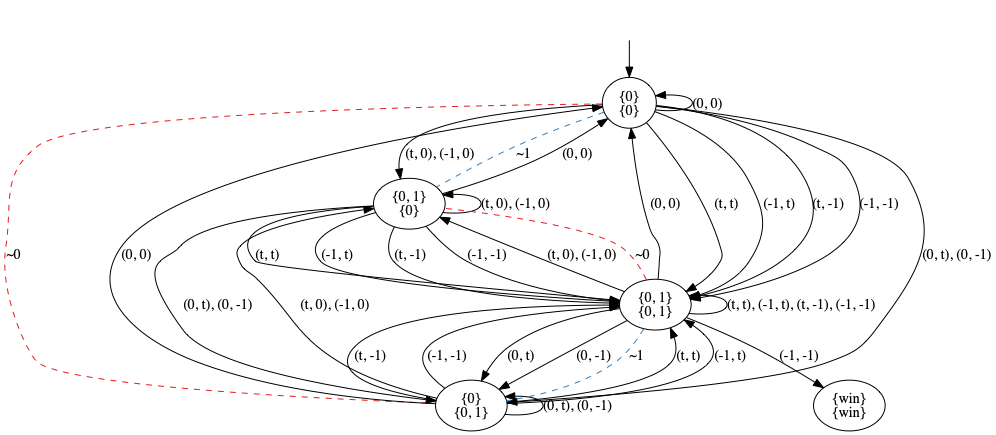
The Graphviz diagram pictures/GK.png in olandr/mkbsc, before a commit. Its source is kept beside it as pictures/GK.dot.
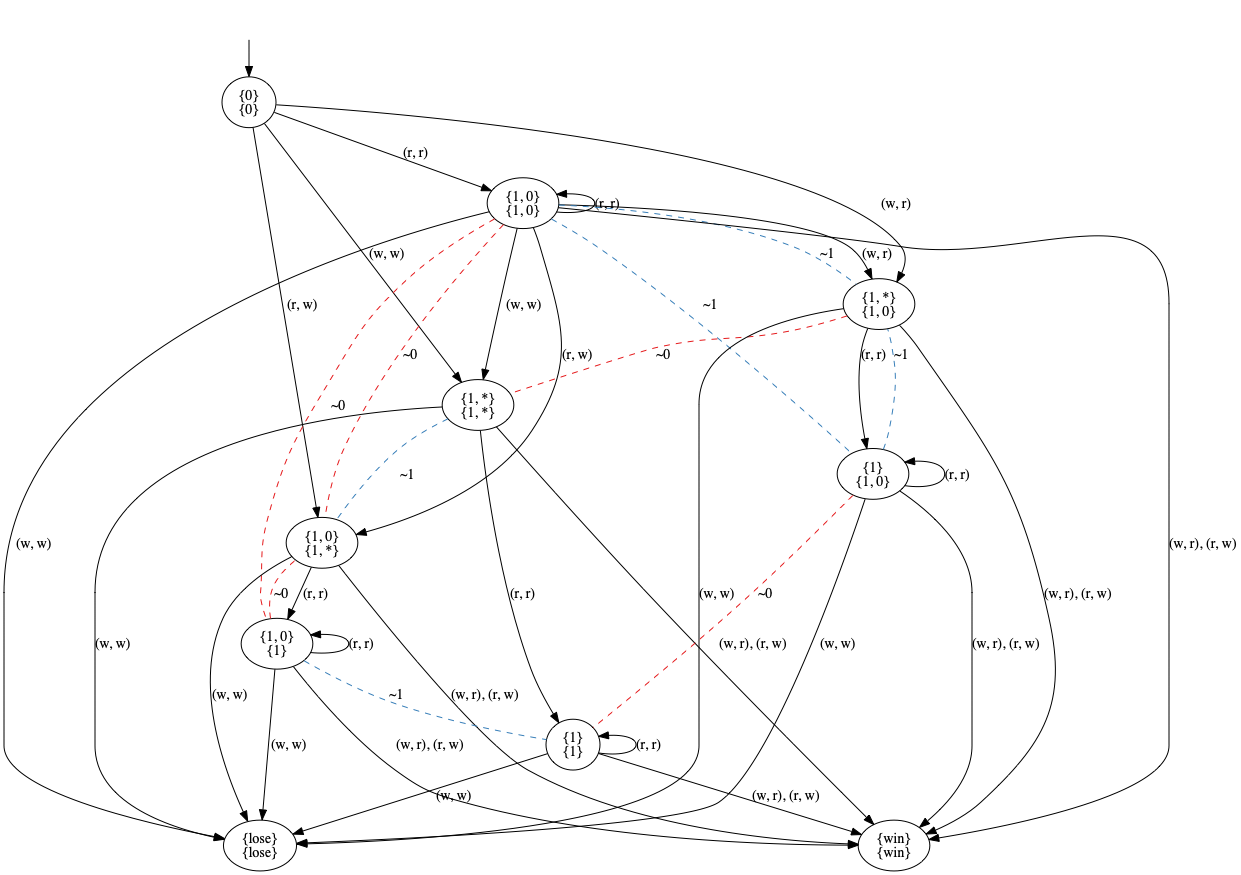
Later version of the same file.

The edit, as a diff of the source:
```diff
@@ -3,42 +3,54 @@
 nodesep=0.5;
 ranksep=0.5;
 splines=True;
-4584738208 [label="{0}\n{0}"];
-4584735800 [label="{0, 1}\n{0}"];
-4584736808 [label="{0}\n{0, 1}"];
-4584736920 [label="{0, 1}\n{0, 1}"];
-4584653992 [label="{win}\n{win}"];
+4531740120 [label="{0}\n{0}"];
+4531740176 [label="{1, 0}\n{1, 0}"];
+4531740568 [label="{1, *}\n{1, 0}"];
+4531740512 [label="{1, 0}\n{1, *}"];
+4531740344 [label="{1, *}\n{1, *}"];
+4531672288 [label="{win}\n{win}"];
+4531672568 [label="{lose}\n{lose}"];
+4531672736 [label="{1}\n{1, 0}"];
+4531673016 [label="{1, 0}\n{1}"];
+4531673296 [label="{1}\n{1}"];
 hidden [label="", shape=none];
-4584738208 -> 4584738208  [action="('0', '0')", dir=back, key="('0', '0')", label="(0, 0)"];
-4584738208 -> 4584736920  [action="('t', 't')", key="('t', 't')", label="(t, t)"];
-4584738208 -> 4584736920  [action="('-1', 't')", key="('-1', 't')", label="(-1, t)"];
-4584738208 -> 4584736920  [action="('t', '-1')", key="('t', '-1')", label="(t, -1)"];
-4584738208 -> 4584736920  [action="('-1', '-1')", key="('-1', '-1')", label="(-1, -1)"];
-4584738208 -> 4584735800  [action="(('t', '0'), ('-1', '0'))", key="(('t', '0'), ('-1', '0'))", label="(t, 0), (-1, 0)"];
-4584738208 -> 4584735800  [arrowhead=none, color=2, colorscheme=set19, constraint=True, key=1, label="~1", style=dashed];
-4584738208 -> 4584736808  [action="(('0', 't'), ('0', '-1'))", key="(('0', 't'), ('0', '-1'))", label="(0, t), (0, -1)"];
-4584738208 -> 4584736808  [arrowhead=none, color=1, colorscheme=set19, constraint=True, key=1, label="~0", style=dashed];
-4584735800 -> 4584738208  [action="('0', '0')", key="('0', '0')", label="(0, 0)"];
-4584735800 -> 4584736920  [action="('t', 't')", key="('t', 't')", label="(t, t)"];
-4584735800 -> 4584736920  [action="('-1', 't')", key="('-1', 't')", label="(-1, t)"];
-4584735800 -> 4584736920  [action="('t', '-1')", key="('t', '-1')", label="(t, -1)"];
-4584735800 -> 4584736920  [action="('-1', '-1')", key="('-1', '-1')", label="(-1, -1)"];
-4584735800 -> 4584735800  [action="(('t', '0'), ('-1', '0'))", dir=back, key="(('t', '0'), ('-1', '0'))", label="(t, 0), (-1, 0)"];
-4584735800 -> 4584736808  [action="(('0', 't'), ('0', '-1'))", key="(('0', 't'), ('0', '-1'))", label="(0, t), (0, -1)"];
-4584736808 -> 4584738208  [action="('0', '0')", key="('0', '0')", label="(0, 0)"];
-4584736808 -> 4584736920  [action="('t', 't')", key="('t', 't')", label="(t, t)"];
-4584736808 -> 4584736920  [action="('-1', 't')", key="('-1', 't')", label="(-1, t)"];
-4584736808 -> 4584736920  [action="('t', '-1')", key="('t', '-1')", label="(t, -1)"];
-4584736808 -> 4584736920  [action="('-1', '-1')", key="('-1', '-1')", label="(-1, -1)"];
-4584736808 -> 4584735800  [action="(('t', '0'), ('-1', '0'))", key="(('t', '0'), ('-1', '0'))", label="(t, 0), (-1, 0)"];
-4584736808 -> 4584736808  [action="(('0', 't'), ('0', '-1'))", dir=back, key="(('0', 't'), ('0', '-1'))", label="(0, t), (0, -1)"];
-4584736920 -> 4584738208  [action="('0', '0')", key="('0', '0')", label="(0, 0)"];
-4584736920 -> 4584736808  [action="('0', 't')", key="('0', 't')", label="(0, t)"];
-4584736920 -> 4584736808  [action="('0', '-1')", key="('0', '-1')", label="(0, -1)"];
-4584736920 -> 4584736808  [arrowhead=none, color=2, colorscheme=set19, constraint=True, key=2, label="~1", style=dashed];
-4584736920 -> 4584653992  [action="('-1', '-1')", key="('-1', '-1')", label="(-1, -1)"];
-4584736920 -> 4584735800  [action="(('t', '0'), ('-1', '0'))", key="(('t', '0'), ('-1', '0'))", label="(t, 0), (-1, 0)"];
-4584736920 -> 4584735800  [arrowhead=none, color=1, colorscheme=set19, constraint=True, key=1, label="~0", style=dashed];
-4584736920 -> 4584736920  [action="(('t', 't'), ('-1', 't'), ('t', '-1'), ('-1', '-1'))", dir=back, key="(('t', 't'), ('-1', 't'), ('t', '-1'), ('-1', '-1'))", label="(t, t), (-1, t), (t, -1), (-1, -1)"];
-hidden -> 4584738208  [key=0];
+4531740120 -> 4531740176  [action="('r', 'r')", key="('r', 'r')", label="(r, r)"];
+4531740120 -> 4531740568  [action="('w', 'r')", key="('w', 'r')", label="(w, r)"];
+4531740120 -> 4531740512  [action="('r', 'w')", key="('r', 'w')", label="(r, w)"];
+4531740120 -> 4531740344  [action="('w', 'w')", key="('w', 'w')", label="(w, w)"];
+4531740176 -> 4531740176  [action="('r', 'r')", dir=back, key="('r', 'r')", label="(r, r)"];
+4531740176 -> 4531740568  [action="('w', 'r')", key="('w', 'r')", label="(w, r)"];
+4531740176 -> 4531740568  [arrowhead=none, color=2, colorscheme=set19, constraint=True, key=1, label="~1", style=dashed];
+4531740176 -> 4531740512  [action="('r', 'w')", key="('r', 'w')", label="(r, w)"];
+4531740176 -> 4531740512  [arrowhead=none, color=1, colorscheme=set19, constraint=True, key=1, label="~0", style=dashed];
+4531740176 -> 4531672568  [action="('w', 'w')", key="('w', 'w')", label="(w, w)"];
+4531740176 -> 4531740344  [action="('w', 'w')", key="('w', 'w')", label="(w, w)"];
+4531740176 -> 4531672288  [action="(('w', 'r'), ('r', 'w'))", key="(('w', 'r'), ('r', 'w'))", label="(w, r), (r, w)"];
+4531740176 -> 4531673016  [arrowhead=none, color=1, colorscheme=set19, constraint=True, key=0, label="~0", style=dashed];
+4531740176 -> 4531672736  [arrowhead=none, color=2, colorscheme=set19, constraint=True, key=0, label="~1", style=dashed];
+4531740568 -> 4531672736  [action="('r', 'r')", key="('r', 'r')", label="(r, r)"];
+4531740568 -> 4531672568  [action="('w', 'w')", key="('w', 'w')", label="(w, w)"];
+4531740568 -> 4531672288  [action="(('w', 'r'), ('r', 'w'))", key="(('w', 'r'), ('r', 'w'))", label="(w, r), (r, w)"];
+4531740568 -> 4531740344  [arrowhead=none, color=1, colorscheme=set19, constraint=True, key=0, label="~0", style=dashed];
+4531740512 -> 4531673016  [action="('r', 'r')", key="('r', 'r')", label="(r, r)"];
+4531740512 -> 4531672568  [action="('w', 'w')", key="('w', 'w')", label="(w, w)"];
+4531740512 -> 4531672288  [action="(('w', 'r'), ('r', 'w'))", key="(('w', 'r'), ('r', 'w'))", label="(w, r), (r, w)"];
+4531740344 -> 4531673296  [action="('r', 'r')", key="('r', 'r')", label="(r, r)"];
+4531740344 -> 4531672568  [action="('w', 'w')", key="('w', 'w')", label="(w, w)"];
+4531740344 -> 4531672288  [action="(('w', 'r'), ('r', 'w'))", key="(('w', 'r'), ('r', 'w'))", label="(w, r), (r, w)"];
+4531740344 -> 4531740512  [arrowhead=none, color=2, colorscheme=set19, constraint=True, key=0, label="~1", style=dashed];
+4531672736 -> 4531672736  [action="('r', 'r')", dir=back, key="('r', 'r')", label="(r, r)"];
+4531672736 -> 4531672568  [action="('w', 'w')", key="('w', 'w')", label="(w, w)"];
+4531672736 -> 4531672288  [action="(('w', 'r'), ('r', 'w'))", key="(('w', 'r'), ('r', 'w'))", label="(w, r), (r, w)"];
+4531672736 -> 4531673296  [arrowhead=none, color=1, colorscheme=set19, constraint=True, key=0, label="~0", style=dashed];
+4531672736 -> 4531740568  [arrowhead=none, color=2, colorscheme=set19, constraint=True, key=0, label="~1", style=dashed];
+4531673016 -> 4531673016  [action="('r', 'r')", dir=back, key="('r', 'r')", label="(r, r)"];
+4531673016 -> 4531672568  [action="('w', 'w')", key="('w', 'w')", label="(w, w)"];
+4531673016 -> 4531672288  [action="(('w', 'r'), ('r', 'w'))", key="(('w', 'r'), ('r', 'w'))", label="(w, r), (r, w)"];
+4531673016 -> 4531740512  [arrowhead=none, color=1, colorscheme=set19, constraint=True, key=0, label="~0", style=dashed];
+4531673016 -> 4531673296  [arrowhead=none, color=2, colorscheme=set19, constraint=True, key=0, label="~1", style=dashed];
+4531673296 -> 4531673296  [action="('r', 'r')", dir=back, key="('r', 'r')", label="(r, r)"];
+4531673296 -> 4531672568  [action="('w', 'w')", key="('w', 'w')", label="(w, w)"];
+4531673296 -> 4531672288  [action="(('w', 'r'), ('r', 'w'))", key="(('w', 'r'), ('r', 'w'))", label="(w, r), (r, w)"];
+hidden -> 4531740120  [key=0];
 }
```
